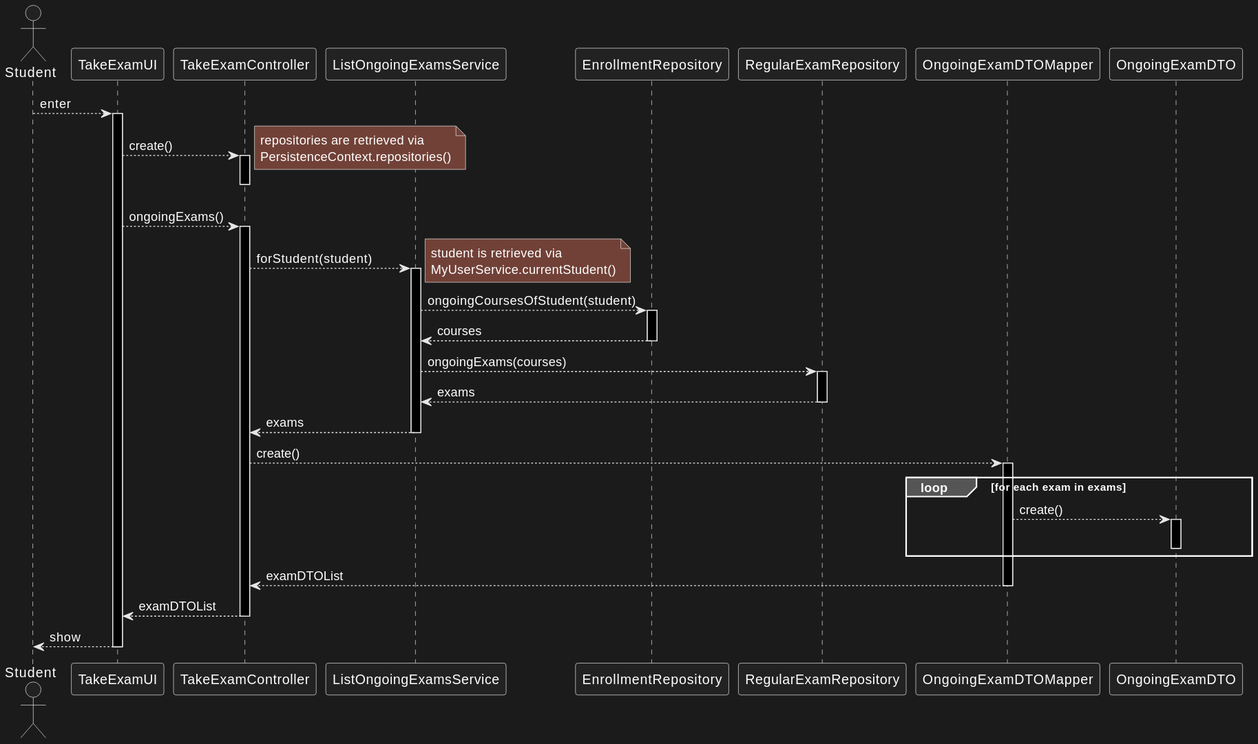
Earlier version of the PlantUML export docs/us_2004/listOngoingExamsSD.svg (jovami/isep-lapr4).
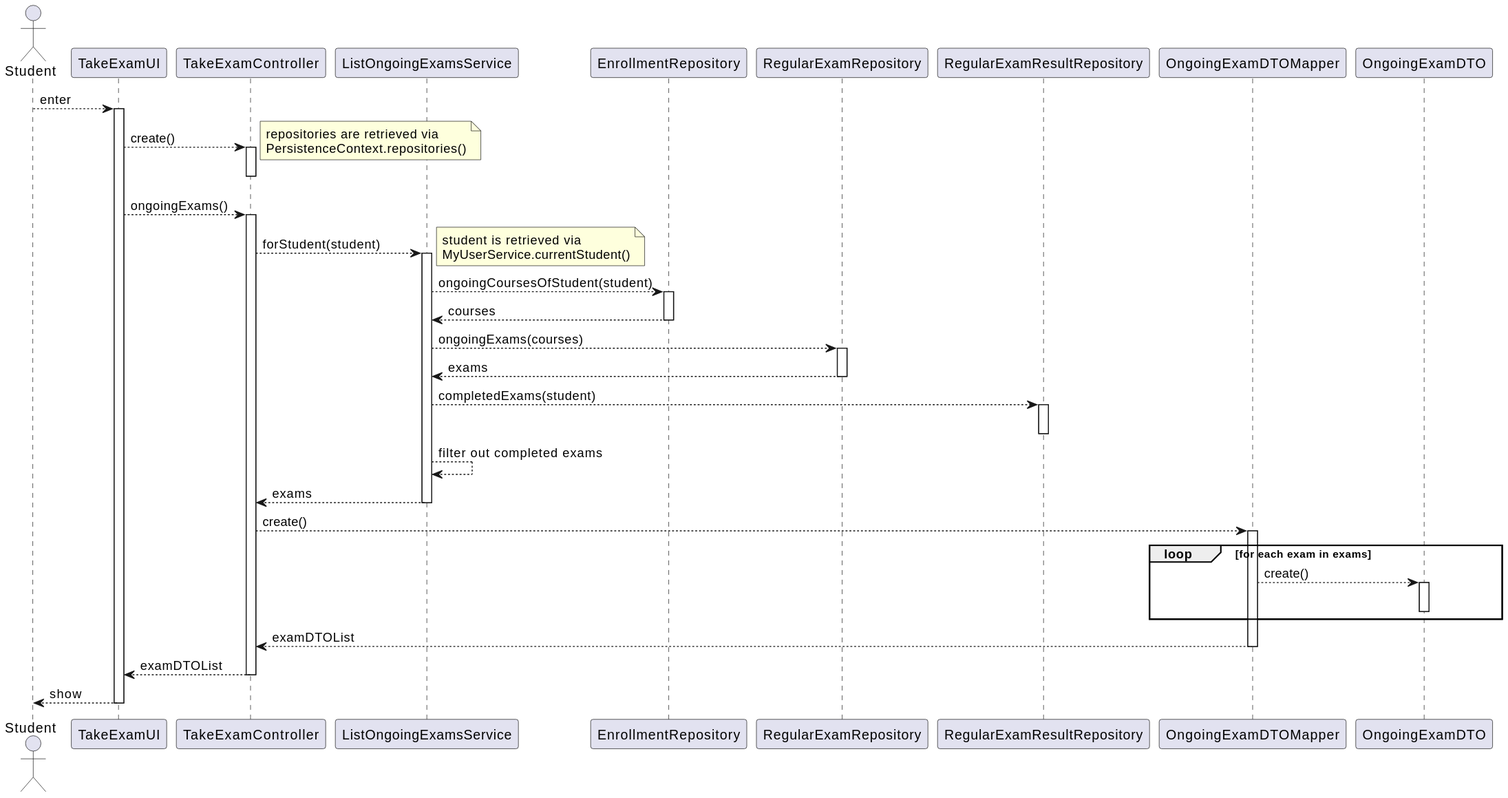
Above is the later version.

Commit message:
docs(us_2004): filter out completed exams

Change to the diagram source:
```diff
@@ -6,6 +6,7 @@
 participant ListOngoingExamsService as svc
 participant EnrollmentRepository as enrollment_repo
 participant RegularExamRepository as exam_repo
+participant RegularExamResultRepository as result_repo
 
 participant OngoingExamDTOMapper as mapper
 participant OngoingExamDTO as dto
@@ -33,6 +34,11 @@
                 exam_repo --> svc : exams
             deactivate exam_repo
 
+            svc --> result_repo : completedExams(student)
+            activate result_repo
+            deactivate result_repo
+            svc --> svc : filter out completed exams
+
             svc --> ctrl : exams
         deactivate svc
 
```
